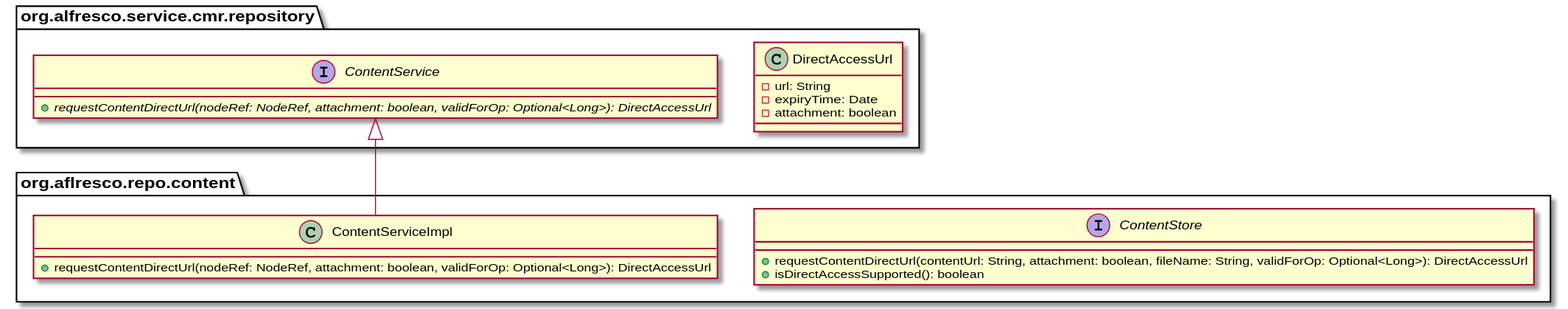
This is docs/images/dau-design-doc-class-diagram-acs-1.svg from Alfresco/acs-packaging, a PlantUML export, as it was before one commit. The source it was exported from:
```plantuml
@startuml
package org.alfresco.service.cmr.repository {
    class DirectAccessUrl {
        -url: String
        -expiryTime: Date
        -attachment: boolean
    }

    interface ContentService {
        {abstract} +requestContentDirectUrl(nodeRef: NodeRef, attachment: boolean, validForOp: Optional<Long>): DirectAccessUrl
    }
}
package org.aflresco.repo.content {
    class ContentServiceImpl {
        +requestContentDirectUrl(nodeRef: NodeRef, attachment: boolean, validForOp: Optional<Long>): DirectAccessUrl
    }
    interface ContentStore {
        +requestContentDirectUrl(contentUrl: String, attachment: boolean, fileName: String, validForOp: Optional<Long>): DirectAccessUrl
        +isDirectAccessSupported(): boolean
    }
}
ContentService <|-- ContentServiceImpl
ContentServiceImpl -[hidden]> ContentStore
@enduml
```
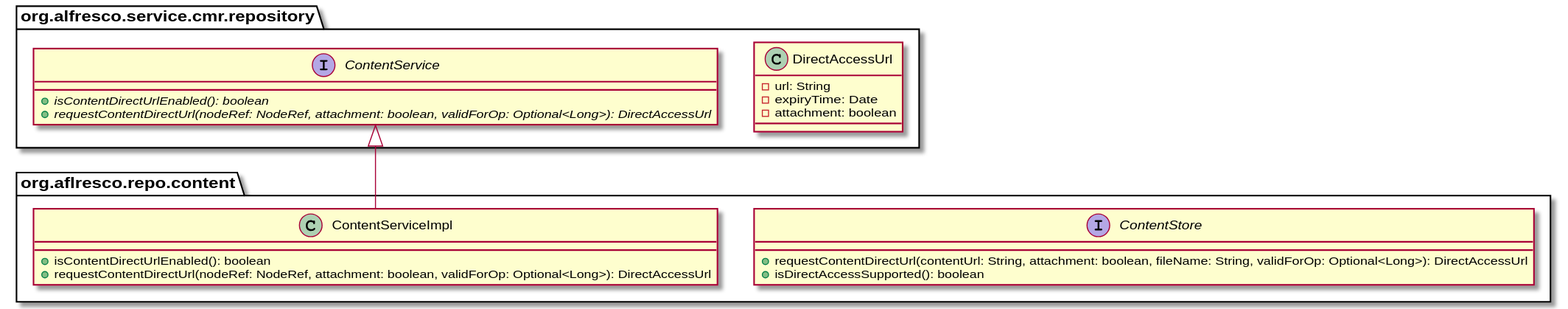
Above is the later version.

Commit message:
ACS-595 Direct Access URLs design document (7) [skip ci]

- Discovery API info

What changed in the source:
```diff
@@ -7,11 +7,13 @@
     }
 
     interface ContentService {
+        {abstract} +isContentDirectUrlEnabled(): boolean
         {abstract} +requestContentDirectUrl(nodeRef: NodeRef, attachment: boolean, validForOp: Optional<Long>): DirectAccessUrl
     }
 }
 package org.aflresco.repo.content {
     class ContentServiceImpl {
+        +isContentDirectUrlEnabled(): boolean
         +requestContentDirectUrl(nodeRef: NodeRef, attachment: boolean, validForOp: Optional<Long>): DirectAccessUrl
     }
     interface ContentStore {
```
